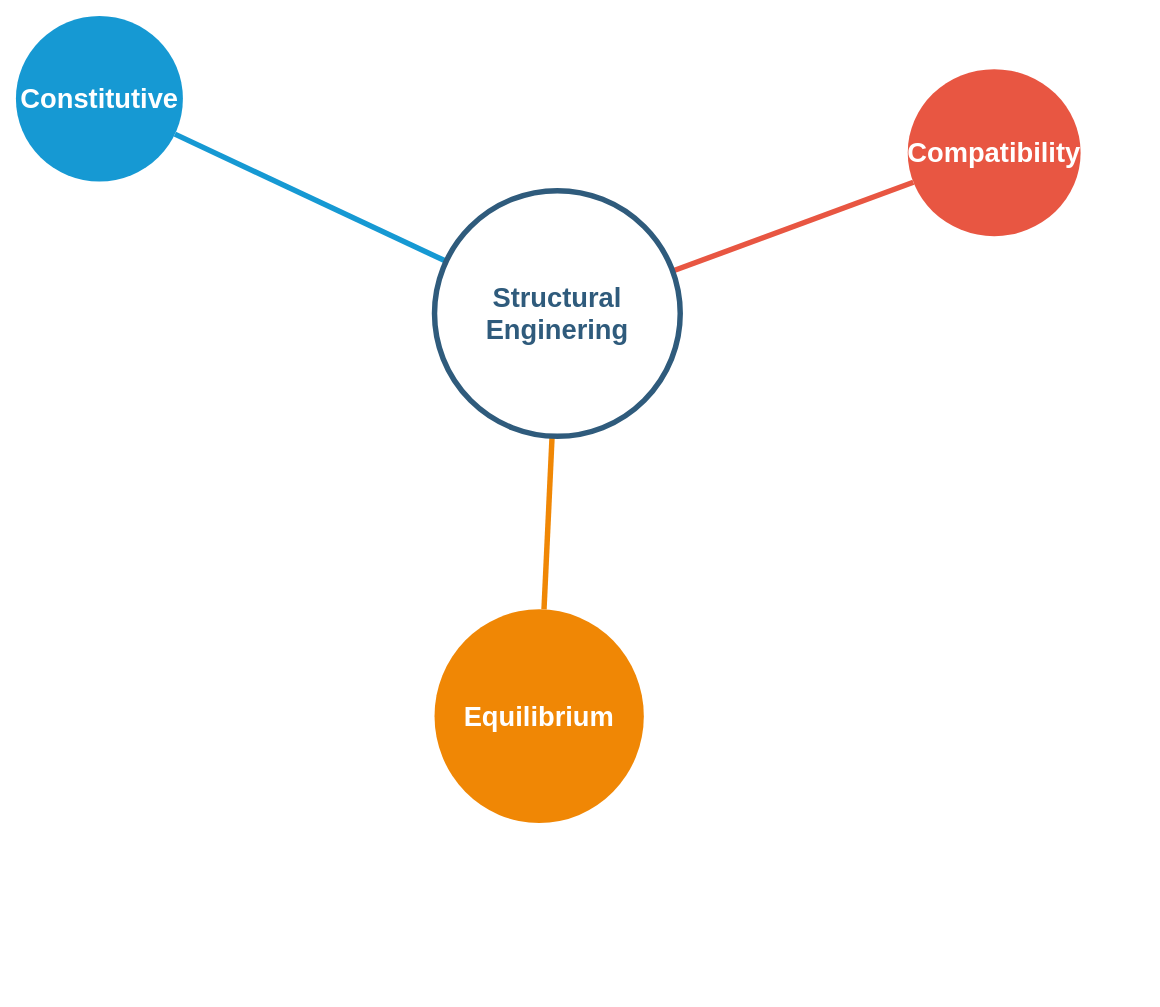
The draw.io diagram StructuralEng.drawio in em329-unity/MindMaps, before the edit. Source tidied: cells renumbered, new cells numbered last; positions are measured from the earlier drawing's top-left corner, leaving out a move shared by most shapes. Both pictures are drawn from the tidied source at 91%, with x=0, y=0 at pixel (15, 15).
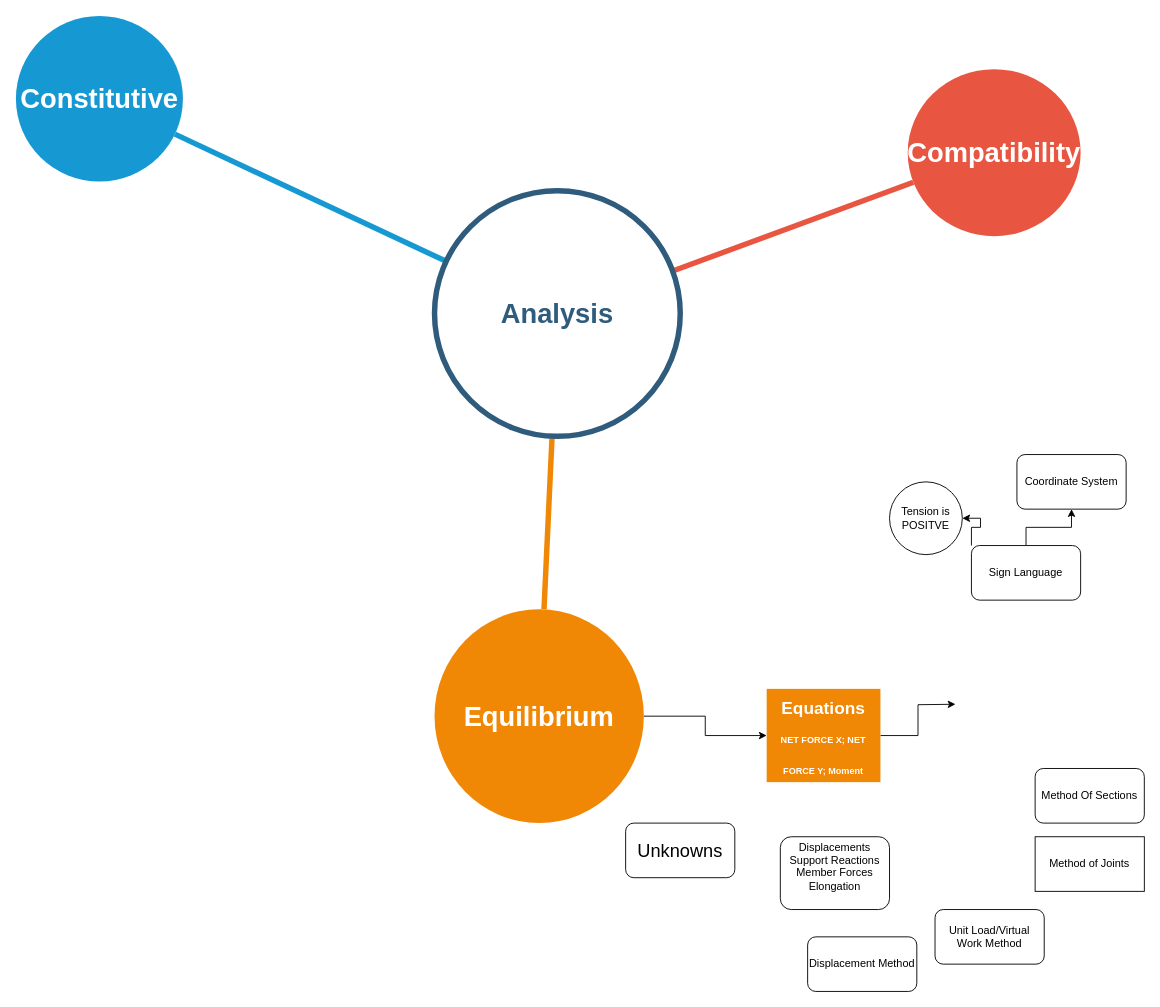
Above is the later version.

The change refers to these unchanged cells:
```xml
<mxCell id="4" value="Equilibrium" style="ellipse;whiteSpace=wrap;html=1;shadow=0;fontFamily=Helvetica;fontSize=30;fontColor=#FFFFFF;align=center;strokeWidth=3;fillColor=#F08705;strokeColor=none;fontStyle=1;" parent="1" vertex="1">
  <mxGeometry x="460" y="652" width="230" height="235" as="geometry" />
</mxCell>
```

Diff of the diagram source:
```diff
@@
+    <mxCell id="9" style="edgeStyle=orthogonalEdgeStyle;rounded=0;jettySize=auto;html=1;" parent="1" edge="1" source="4" target="11">
+      <mxGeometry relative="1" as="geometry" />
+    </mxCell>
@@
-    <mxCell id="8" value="Structural Enginering" style="ellipse;whiteSpace=wrap;html=1;shadow=0;fontFamily=Helvetica;fontSize=30;fontColor=#2F5B7C;align=center;strokeColor=#2F5B7C;strokeWidth=6;fillColor=#FFFFFF;fontStyle=1;gradientColor=none;" parent="1" vertex="1">
+    <mxCell id="8" value="Analysis" style="ellipse;whiteSpace=wrap;html=1;shadow=0;fontFamily=Helvetica;fontSize=30;fontColor=#2F5B7C;align=center;strokeColor=#2F5B7C;strokeWidth=6;fillColor=#FFFFFF;fontStyle=1;gradientColor=none;" parent="1" vertex="1">
       <mxGeometry x="460" y="192" width="270" height="270" as="geometry" />
     </mxCell>
+    <mxCell id="10" style="edgeStyle=orthogonalEdgeStyle;rounded=0;jettySize=auto;html=1;" parent="1" edge="1" source="11">
+      <mxGeometry relative="1" as="geometry">
+        <mxPoint x="1032.5" y="756.4" as="targetPoint" />
+      </mxGeometry>
+    </mxCell>
+    <mxCell id="11" value="&lt;font style=&quot;font-size: 19px;&quot;&gt;Equations&lt;/font&gt;&lt;div style=&quot;line-height: 90%;&quot;&gt;&lt;font style=&quot;font-size: 10px;&quot;&gt;NET FORCE X; NET FORCE Y; Moment&lt;/font&gt;&lt;/div&gt;" style="whiteSpace=wrap;html=1;fontSize=30;fillColor=#F08705;strokeColor=none;fontColor=#FFFFFF;shadow=0;strokeWidth=3;fontStyle=1;" parent="1" vertex="1">
+      <mxGeometry x="825" y="739.5" width="125" height="102.5" as="geometry" />
+    </mxCell>
+    <mxCell id="12" style="edgeStyle=orthogonalEdgeStyle;rounded=0;jettySize=auto;html=1;" parent="1" edge="1" source="14" target="15">
+      <mxGeometry relative="1" as="geometry" />
+    </mxCell>
+    <mxCell id="13" style="edgeStyle=orthogonalEdgeStyle;rounded=0;jettySize=auto;html=1;exitX=0;exitY=0;exitDx=0;exitDy=0;" parent="1" edge="1" source="14" target="16">
+      <mxGeometry relative="1" as="geometry" />
+    </mxCell>
+    <mxCell id="14" value="Sign Language" style="rounded=1;whiteSpace=wrap;html=1;" parent="1" vertex="1">
+      <mxGeometry x="1050" y="582" width="120" height="60" as="geometry" />
+    </mxCell>
+    <mxCell id="15" value="Coordinate System" style="rounded=1;whiteSpace=wrap;html=1;" parent="1" vertex="1">
+      <mxGeometry x="1100" y="482" width="120" height="60" as="geometry" />
+    </mxCell>
+    <mxCell id="16" value="Tension is POSITVE" style="ellipse;whiteSpace=wrap;html=1;" parent="1" vertex="1">
+      <mxGeometry x="960" y="512" width="80" height="80" as="geometry" />
+    </mxCell>
+    <mxCell id="17" value="&lt;font style=&quot;font-size: 20px;&quot;&gt;Unknowns&lt;/font&gt;" style="rounded=1;whiteSpace=wrap;html=1;" parent="1" vertex="1">
+      <mxGeometry x="670" y="887" width="120" height="60" as="geometry" />
+    </mxCell>
+    <mxCell id="18" value="Displacements&lt;div&gt;Support Reactions&lt;/div&gt;&lt;div&gt;Member Forces&lt;/div&gt;&lt;div&gt;Elongation&lt;/div&gt;&lt;div&gt;&lt;br&gt;&lt;/div&gt;" style="rounded=1;whiteSpace=wrap;html=1;" parent="1" vertex="1">
+      <mxGeometry x="840" y="902" width="120" height="80" as="geometry" />
+    </mxCell>
+    <mxCell id="19" value="Unit Load/Virtual Work Method" style="rounded=1;whiteSpace=wrap;html=1;" parent="1" vertex="1">
+      <mxGeometry x="1010" y="982" width="120" height="60" as="geometry" />
+    </mxCell>
+    <mxCell id="20" value="Displacement Method" style="rounded=1;whiteSpace=wrap;html=1;" parent="1" vertex="1">
+      <mxGeometry x="870" y="1012" width="120" height="60" as="geometry" />
+    </mxCell>
+    <mxCell id="21" value="Method Of Sections" style="rounded=1;whiteSpace=wrap;html=1;" parent="1" vertex="1">
+      <mxGeometry x="1120" y="827" width="120" height="60" as="geometry" />
+    </mxCell>
+    <mxCell id="22" value="Method of Joints" style="rounded=0;whiteSpace=wrap;html=1;" parent="1" vertex="1">
+      <mxGeometry x="1120" y="902" width="120" height="60" as="geometry" />
+    </mxCell>
```
